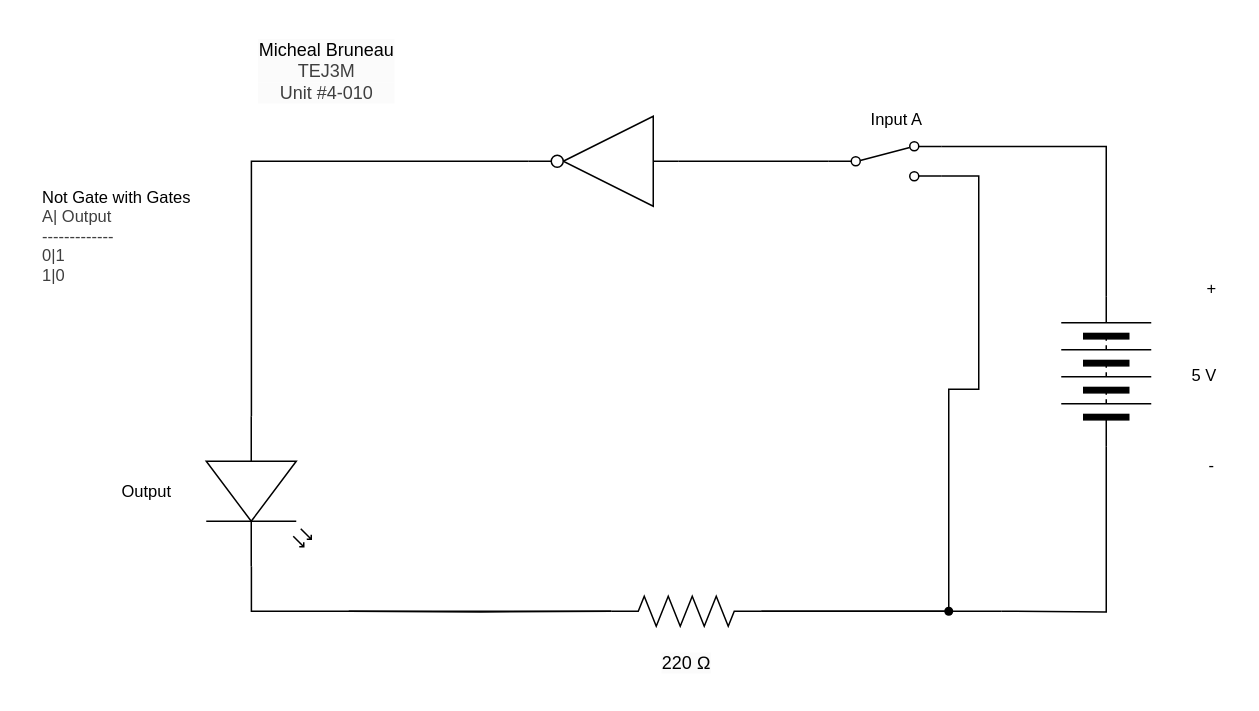
This is TEJ3M 4-10/scehmatic iagram.drawio from michael-bruneau/TEJ3M-Unit-4, a draw.io file, before an edit. Source tidied: cells renumbered, new cells numbered last; positions are measured from the earlier drawing's top-left corner, leaving out a move shared by most shapes. Both pictures are drawn from the tidied source at 150%, with x=0, y=0 at pixel (26, 26).
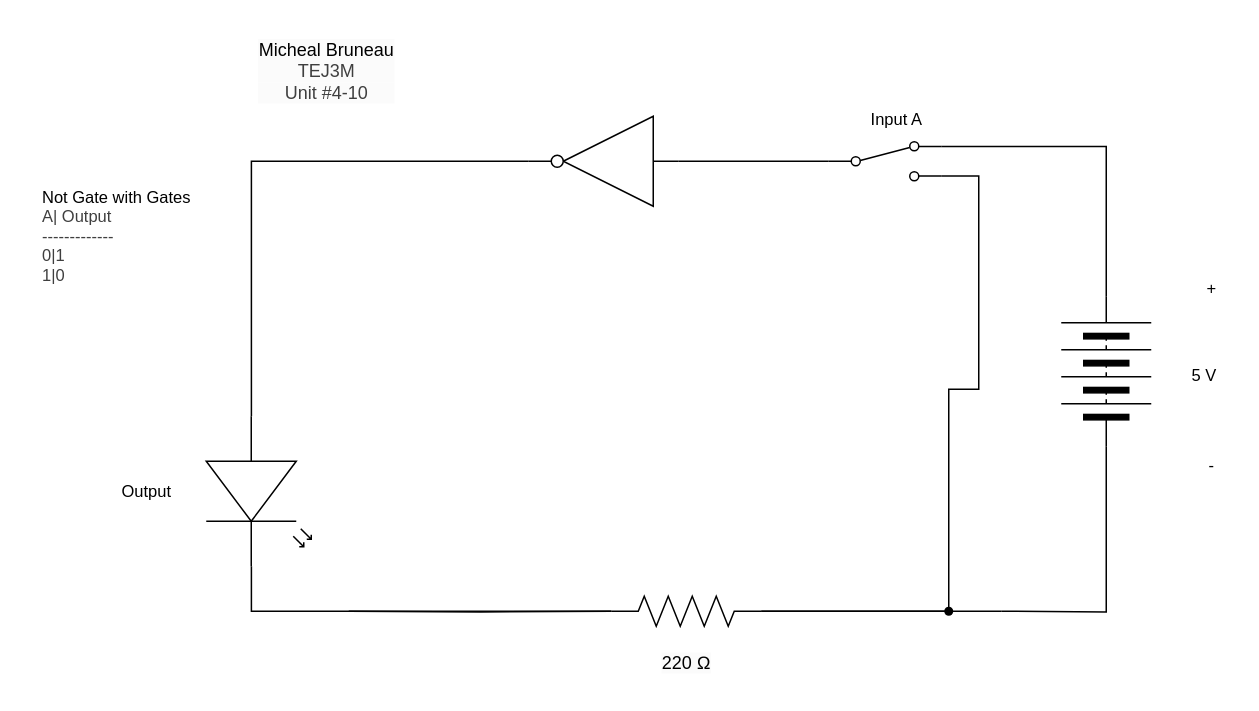
The same page after the edit.

The edit, as a diff of the source:
```diff
@@
-    <mxCell id="2" value="&lt;span style=&quot;scrollbar-color: rgb(226, 226, 226) rgb(251, 251, 251); background-color: rgb(251, 251, 251); color: rgb(0, 0, 0);&quot;&gt;Micheal Bruneau&lt;/span&gt;&lt;div style=&quot;scrollbar-color: rgb(226, 226, 226) rgb(251, 251, 251); background-color: rgb(251, 251, 251); color: rgb(63, 63, 63);&quot;&gt;TEJ3M&lt;/div&gt;&lt;div style=&quot;scrollbar-color: rgb(226, 226, 226) rgb(251, 251, 251); background-color: rgb(251, 251, 251); color: rgb(63, 63, 63);&quot;&gt;Unit #4-010&lt;/div&gt;" style="text;html=1;align=center;verticalAlign=middle;strokeColor=none;fillColor=none;" parent="1" vertex="1">
+    <mxCell id="2" value="&lt;span style=&quot;scrollbar-color: rgb(226, 226, 226) rgb(251, 251, 251); background-color: rgb(251, 251, 251); color: rgb(0, 0, 0);&quot;&gt;Micheal Bruneau&lt;/span&gt;&lt;div style=&quot;scrollbar-color: rgb(226, 226, 226) rgb(251, 251, 251); background-color: rgb(251, 251, 251); color: rgb(63, 63, 63);&quot;&gt;TEJ3M&lt;/div&gt;&lt;div style=&quot;scrollbar-color: rgb(226, 226, 226) rgb(251, 251, 251); background-color: rgb(251, 251, 251); color: rgb(63, 63, 63);&quot;&gt;Unit #4-10&lt;/div&gt;" style="text;html=1;align=center;verticalAlign=middle;strokeColor=none;fillColor=none;" parent="1" vertex="1">
       <mxGeometry x="145" width="110" height="60" as="geometry" />
     </mxCell>
```
